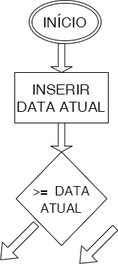
Earlier version of the draw.io export Untitled Diagram.drawio.png (johnararas/cadastropecas). Source tidied: cells renumbered, new cells last; positions are measured from the earlier drawing's top-left corner, leaving out a move shared by most shapes.
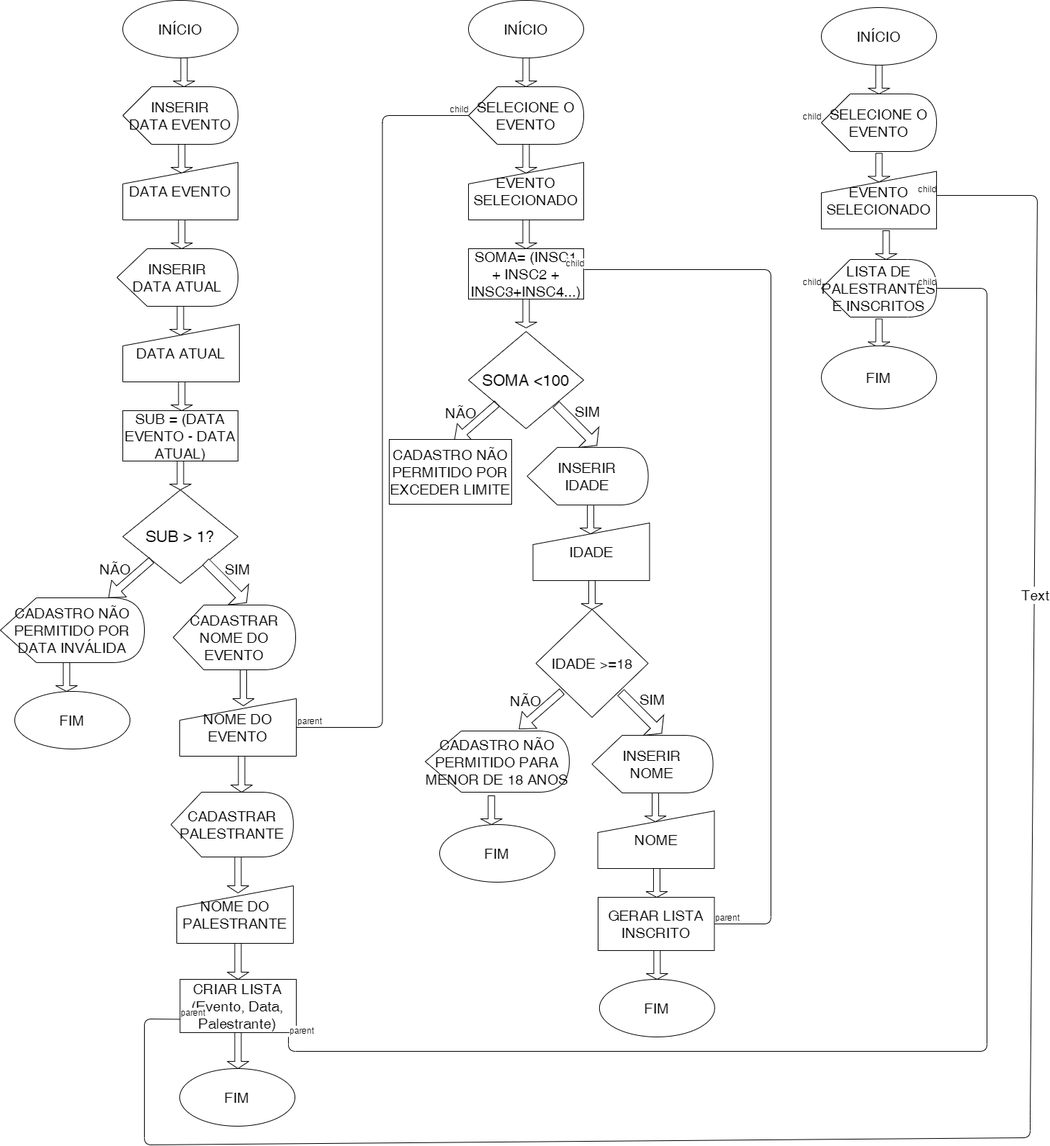
After the change.

Diff of the diagram source:
```diff
@@ -2,32 +2,301 @@
   <root>
     <mxCell id="0" />
     <mxCell id="1" parent="0" />
-    <mxCell id="2" style="endArrow=classic;html=1;fontSize=20;shadow=0;sketch=0;shape=flexArrow;" parent="1" edge="1">
-      <mxGeometry relative="1" as="geometry">
-        <mxPoint x="160" y="315" as="sourcePoint" />
-        <mxPoint x="110" y="365" as="targetPoint" />
-      </mxGeometry>
-    </mxCell>
     <mxCell id="3" style="shape=singleArrow;direction=south;whiteSpace=wrap;html=1;fontSize=20;" parent="1" vertex="1">
-      <mxGeometry x="70" y="60" width="30" height="40" as="geometry" />
+      <mxGeometry x="545" y="60" width="30" height="40" as="geometry" />
     </mxCell>
-    <mxCell id="4" value="INÍCIO" style="ellipse;shape=doubleEllipse;whiteSpace=wrap;html=1;fontSize=20;" parent="1" vertex="1">
-      <mxGeometry x="40" width="100" height="60" as="geometry" />
-    </mxCell>
-    <mxCell id="5" value="&lt;font style=&quot;font-size: 18px&quot;&gt;&amp;gt;=&amp;nbsp; DATA ATUAL&lt;/font&gt;" style="rhombus;whiteSpace=wrap;html=1;fontSize=20;" parent="1" vertex="1">
-      <mxGeometry x="21.9" y="210" width="126.2" height="130" as="geometry" />
+    <mxCell id="5" value="&lt;font style=&quot;font-size: 22px&quot;&gt;SUB &amp;gt; 1?&lt;/font&gt;" style="rhombus;whiteSpace=wrap;html=1;fontSize=20;" parent="1" vertex="1">
+      <mxGeometry y="660" width="160" height="130" as="geometry" />
     </mxCell>
-    <mxCell id="6" value="INSERIR&lt;br&gt;DATA ATUAL" style="rounded=0;whiteSpace=wrap;html=1;fontSize=20;" parent="1" vertex="1">
-      <mxGeometry x="20" y="100" width="130" height="70" as="geometry" />
+    <mxCell id="6" value="SUB = (DATA EVENTO - DATA ATUAL)" style="rounded=0;whiteSpace=wrap;html=1;fontSize=20;" parent="1" vertex="1">
+      <mxGeometry y="550" width="160" height="70" as="geometry" />
     </mxCell>
-    <mxCell id="7" style="shape=singleArrow;direction=south;whiteSpace=wrap;html=1;fontSize=20;" parent="1" vertex="1">
-      <mxGeometry x="70" y="170" width="30" height="40" as="geometry" />
-    </mxCell>
-    <mxCell id="8" style="shape=flexArrow;endArrow=classic;html=1;fontSize=20;" parent="1" edge="1">
-      <mxGeometry relative="1" as="geometry">
-        <mxPoint x="50" y="310" as="sourcePoint" />
-        <mxPoint y="360" as="targetPoint" />
-      </mxGeometry>
-    </mxCell>
+    <mxCell id="9" style="shape=singleArrow;direction=south;whiteSpace=wrap;html=1;fontSize=20;rotation=-45;" parent="1" vertex="1">
+      <mxGeometry x="123.6" y="748.5" width="40" height="80" as="geometry" />
+    </mxCell>
+    <mxCell id="10" value="NÃO" style="text;html=1;strokeColor=none;fillColor=none;align=center;verticalAlign=middle;whiteSpace=wrap;rounded=0;fontSize=20;" parent="1" vertex="1">
+      <mxGeometry x="-30" y="760" width="40" height="20" as="geometry" />
+    </mxCell>
+    <mxCell id="11" value="SIM" style="text;html=1;strokeColor=none;fillColor=none;align=center;verticalAlign=middle;whiteSpace=wrap;rounded=0;fontSize=20;" parent="1" vertex="1">
+      <mxGeometry x="140" y="760" width="40" height="20" as="geometry" />
+    </mxCell>
+    <mxCell id="12" style="shape=singleArrow;direction=south;whiteSpace=wrap;html=1;fontSize=20;" parent="1" vertex="1">
+      <mxGeometry x="-93.1" y="900" width="30" height="40" as="geometry" />
+    </mxCell>
+    <mxCell id="13" value="FIM" style="ellipse;whiteSpace=wrap;html=1;fontSize=20;" parent="1" vertex="1">
+      <mxGeometry x="-150" y="940" width="160" height="80" as="geometry" />
+    </mxCell>
+    <mxCell id="14" value="INÍCIO" style="ellipse;whiteSpace=wrap;html=1;fontSize=20;flipH=0;flipV=0;" parent="1" vertex="1">
+      <mxGeometry y="-20" width="160" height="80" as="geometry" />
+    </mxCell>
+    <mxCell id="15" style="shape=singleArrow;direction=south;whiteSpace=wrap;html=1;fontSize=20;" parent="1" vertex="1">
+      <mxGeometry x="152.5" y="910" width="30" height="50" as="geometry" />
+    </mxCell>
+    <mxCell id="16" value="&lt;span&gt;IDADE &amp;gt;=18&lt;/span&gt;" style="rhombus;whiteSpace=wrap;html=1;fontSize=20;" parent="1" vertex="1">
+      <mxGeometry x="573.7" y="826" width="155.9" height="150" as="geometry" />
+    </mxCell>
+    <mxCell id="17" value="FIM" style="ellipse;whiteSpace=wrap;html=1;fontSize=20;" parent="1" vertex="1">
+      <mxGeometry x="79.1" y="1464" width="160" height="80" as="geometry" />
+    </mxCell>
+    <mxCell id="18" value="INÍCIO" style="ellipse;whiteSpace=wrap;html=1;fontSize=20;" parent="1" vertex="1">
+      <mxGeometry x="480" y="-20" width="160" height="80" as="geometry" />
+    </mxCell>
+    <mxCell id="19" style="shape=singleArrow;direction=south;whiteSpace=wrap;html=1;fontSize=20;flipH=0;flipV=0;" parent="1" vertex="1">
+      <mxGeometry x="66.9" y="180" width="30" height="40" as="geometry" />
+    </mxCell>
+    <mxCell id="20" value="&lt;span&gt;INSERIR&lt;/span&gt;&lt;br&gt;&lt;span&gt;DATA EVENTO&lt;/span&gt;" style="shape=display;whiteSpace=wrap;html=1;fontSize=20;flipH=0;flipV=0;" parent="1" vertex="1">
+      <mxGeometry y="100" width="160" height="80" as="geometry" />
+    </mxCell>
+    <mxCell id="21" value="DATA EVENTO" style="shape=manualInput;whiteSpace=wrap;html=1;fontSize=20;flipH=0;flipV=0;" parent="1" vertex="1">
+      <mxGeometry y="205" width="160" height="80" as="geometry" />
+    </mxCell>
+    <mxCell id="22" value="&lt;span&gt;INSERIR&lt;/span&gt;&lt;br&gt;&lt;span&gt;DATA ATUAL&lt;/span&gt;" style="shape=display;whiteSpace=wrap;html=1;fontSize=20;flipH=0;flipV=0;" parent="1" vertex="1">
+      <mxGeometry x="-8.1" y="325" width="168.1" height="80" as="geometry" />
+    </mxCell>
+    <mxCell id="23" style="shape=singleArrow;direction=south;whiteSpace=wrap;html=1;fontSize=20;flipH=0;flipV=0;" parent="1" vertex="1">
+      <mxGeometry x="66.9" y="285" width="30" height="40" as="geometry" />
+    </mxCell>
+    <mxCell id="24" value="DATA ATUAL" style="shape=manualInput;whiteSpace=wrap;html=1;fontSize=20;flipH=0;flipV=0;" parent="1" vertex="1">
+      <mxGeometry y="430" width="161.9" height="80" as="geometry" />
+    </mxCell>
+    <mxCell id="25" style="shape=singleArrow;direction=south;whiteSpace=wrap;html=1;fontSize=20;flipH=0;flipV=0;" parent="1" vertex="1">
+      <mxGeometry x="65" y="405" width="30" height="40" as="geometry" />
+    </mxCell>
+    <mxCell id="26" style="shape=singleArrow;direction=south;whiteSpace=wrap;html=1;fontSize=20;flipH=0;flipV=0;" parent="1" vertex="1">
+      <mxGeometry x="65" y="620" width="30" height="40" as="geometry" />
+    </mxCell>
+    <mxCell id="27" style="shape=singleArrow;direction=south;whiteSpace=wrap;html=1;fontSize=20;flipH=0;flipV=0;" parent="1" vertex="1">
+      <mxGeometry x="70" y="60" width="30" height="40" as="geometry" />
+    </mxCell>
+    <mxCell id="28" style="shape=singleArrow;direction=south;whiteSpace=wrap;html=1;fontSize=20;flipH=0;flipV=0;" parent="1" vertex="1">
+      <mxGeometry x="66.9" y="510" width="30" height="40" as="geometry" />
+    </mxCell>
+    <mxCell id="29" style="shape=flexArrow;endArrow=classic;html=1;shadow=0;fontSize=20;fillColor=none;exitX=0;exitY=1;exitDx=0;exitDy=0;" parent="1" edge="1" source="5">
+      <mxGeometry relative="1" as="geometry">
+        <mxPoint x="-20" y="810" as="targetPoint" />
+      </mxGeometry>
+    </mxCell>
+    <mxCell id="30" value="&lt;span&gt;CADASTRAR NOME DO EVENTO&lt;/span&gt;" style="shape=display;whiteSpace=wrap;html=1;fontSize=20;" parent="1" vertex="1">
+      <mxGeometry x="70" y="820" width="170" height="90" as="geometry" />
+    </mxCell>
+    <mxCell id="31" value="NOME DO EVENTO" style="shape=manualInput;whiteSpace=wrap;html=1;fontSize=20;flipH=0;flipV=0;" parent="1" vertex="1">
+      <mxGeometry x="79.1" y="950" width="161.9" height="80" as="geometry" />
+    </mxCell>
+    <mxCell id="32" value="&lt;span&gt;CADASTRAR PALESTRANTE&lt;/span&gt;" style="shape=display;whiteSpace=wrap;html=1;fontSize=20;" parent="1" vertex="1">
+      <mxGeometry x="66.9" y="1080" width="170" height="90" as="geometry" />
+    </mxCell>
+    <mxCell id="33" style="shape=singleArrow;direction=south;whiteSpace=wrap;html=1;fontSize=20;" parent="1" vertex="1">
+      <mxGeometry x="150" y="1030" width="30" height="50" as="geometry" />
+    </mxCell>
+    <mxCell id="34" style="shape=singleArrow;direction=south;whiteSpace=wrap;html=1;fontSize=20;" parent="1" vertex="1">
+      <mxGeometry x="145" y="1170" width="30" height="50" as="geometry" />
+    </mxCell>
+    <mxCell id="35" value="NOME DO PALESTRANTE" style="shape=manualInput;whiteSpace=wrap;html=1;fontSize=20;flipH=0;flipV=0;" parent="1" vertex="1">
+      <mxGeometry x="75" y="1210" width="161.9" height="80" as="geometry" />
+    </mxCell>
+    <mxCell id="36" style="shape=singleArrow;direction=south;whiteSpace=wrap;html=1;fontSize=20;" parent="1" vertex="1">
+      <mxGeometry x="145" y="1290" width="30" height="50" as="geometry" />
+    </mxCell>
+    <mxCell id="37" value="SELECIONE O EVENTO" style="shape=display;whiteSpace=wrap;html=1;fontSize=20;flipH=0;flipV=0;" parent="1" vertex="1">
+      <mxGeometry x="480" y="100" width="160" height="80" as="geometry" />
+    </mxCell>
+    <mxCell id="38" style="shape=singleArrow;direction=south;whiteSpace=wrap;html=1;fontSize=20;" parent="1" vertex="1">
+      <mxGeometry x="545" y="180" width="30" height="40" as="geometry" />
+    </mxCell>
+    <mxCell id="39" value="EVENTO&lt;br&gt;SELECIONADO" style="shape=manualInput;whiteSpace=wrap;html=1;fontSize=20;flipH=0;flipV=0;" parent="1" vertex="1">
+      <mxGeometry x="480" y="205" width="160" height="80" as="geometry" />
+    </mxCell>
+    <mxCell id="40" style="shape=singleArrow;direction=south;whiteSpace=wrap;html=1;fontSize=20;" parent="1" vertex="1">
+      <mxGeometry x="545" y="285" width="30" height="40" as="geometry" />
+    </mxCell>
+    <mxCell id="41" value="SOMA= (INSC1 + INSC2 + INSC3+INSC4...)" style="rounded=0;whiteSpace=wrap;html=1;fontSize=20;" parent="1" vertex="1">
+      <mxGeometry x="480" y="325" width="160" height="70" as="geometry" />
+    </mxCell>
+    <mxCell id="42" value="&lt;font style=&quot;font-size: 22px&quot;&gt;SOMA &amp;lt;100&lt;/font&gt;" style="rhombus;whiteSpace=wrap;html=1;fontSize=20;" parent="1" vertex="1">
+      <mxGeometry x="480" y="440" width="160" height="135" as="geometry" />
+    </mxCell>
+    <mxCell id="43" style="shape=singleArrow;direction=south;whiteSpace=wrap;html=1;fontSize=20;" parent="1" vertex="1">
+      <mxGeometry x="545" y="395" width="30" height="40" as="geometry" />
+    </mxCell>
+    <mxCell id="44" value="NÃO" style="text;html=1;strokeColor=none;fillColor=none;align=center;verticalAlign=middle;whiteSpace=wrap;rounded=0;fontSize=20;" parent="1" vertex="1">
+      <mxGeometry x="450" y="542.5" width="40" height="20" as="geometry" />
+    </mxCell>
+    <mxCell id="45" style="shape=flexArrow;endArrow=classic;html=1;shadow=0;fontSize=20;fillColor=none;exitX=0;exitY=1;exitDx=0;exitDy=0;" parent="1" edge="1">
+      <mxGeometry relative="1" as="geometry">
+        <mxPoint x="520" y="540" as="sourcePoint" />
+        <mxPoint x="460" y="592.5" as="targetPoint" />
+      </mxGeometry>
+    </mxCell>
+    <mxCell id="46" value="CADASTRO NÃO PERMITIDO POR EXCEDER LIMITE" style="rounded=0;whiteSpace=wrap;html=1;fontSize=20;" parent="1" vertex="1">
+      <mxGeometry x="370" y="590" width="170" height="90" as="geometry" />
+    </mxCell>
+    <mxCell id="47" style="shape=singleArrow;direction=south;whiteSpace=wrap;html=1;fontSize=20;rotation=-45;" parent="1" vertex="1">
+      <mxGeometry x="610" y="530" width="40" height="80" as="geometry" />
+    </mxCell>
+    <mxCell id="48" value="SIM" style="text;html=1;strokeColor=none;fillColor=none;align=center;verticalAlign=middle;whiteSpace=wrap;rounded=0;fontSize=20;" parent="1" vertex="1">
+      <mxGeometry x="626.5" y="541.5" width="40" height="20" as="geometry" />
+    </mxCell>
+    <mxCell id="49" value="&lt;span&gt;INSERIR&lt;/span&gt;&lt;br&gt;&lt;span&gt;IDADE&lt;/span&gt;" style="shape=display;whiteSpace=wrap;html=1;fontSize=20;flipH=0;flipV=0;" parent="1" vertex="1">
+      <mxGeometry x="561.5" y="601" width="168.1" height="80" as="geometry" />
+    </mxCell>
+    <mxCell id="50" value="IDADE" style="shape=manualInput;whiteSpace=wrap;html=1;fontSize=20;flipH=0;flipV=0;" parent="1" vertex="1">
+      <mxGeometry x="569.6" y="706" width="161.9" height="80" as="geometry" />
+    </mxCell>
+    <mxCell id="51" style="shape=singleArrow;direction=south;whiteSpace=wrap;html=1;fontSize=20;flipH=0;flipV=0;" parent="1" vertex="1">
+      <mxGeometry x="634.6" y="681" width="30" height="40" as="geometry" />
+    </mxCell>
+    <mxCell id="52" style="shape=singleArrow;direction=south;whiteSpace=wrap;html=1;fontSize=20;flipH=0;flipV=0;" parent="1" vertex="1">
+      <mxGeometry x="636.4" y="786" width="30" height="40" as="geometry" />
+    </mxCell>
+    <mxCell id="53" value="NÃO" style="text;html=1;strokeColor=none;fillColor=none;align=center;verticalAlign=middle;whiteSpace=wrap;rounded=0;fontSize=20;" parent="1" vertex="1">
+      <mxGeometry x="540" y="942.5" width="40" height="20" as="geometry" />
+    </mxCell>
+    <mxCell id="54" style="shape=flexArrow;endArrow=classic;html=1;shadow=0;fontSize=20;fillColor=none;exitX=0;exitY=1;exitDx=0;exitDy=0;" parent="1" edge="1">
+      <mxGeometry relative="1" as="geometry">
+        <mxPoint x="610" y="940" as="sourcePoint" />
+        <mxPoint x="550" y="992.5" as="targetPoint" />
+      </mxGeometry>
+    </mxCell>
+    <mxCell id="55" style="shape=singleArrow;direction=south;whiteSpace=wrap;html=1;fontSize=20;rotation=-45;" parent="1" vertex="1">
+      <mxGeometry x="700" y="930" width="40" height="80" as="geometry" />
+    </mxCell>
+    <mxCell id="56" value="SIM" style="text;html=1;strokeColor=none;fillColor=none;align=center;verticalAlign=middle;whiteSpace=wrap;rounded=0;fontSize=20;" parent="1" vertex="1">
+      <mxGeometry x="716.5" y="941.5" width="40" height="20" as="geometry" />
+    </mxCell>
+    <mxCell id="57" value="&lt;span&gt;INSERIR&lt;/span&gt;&lt;br&gt;NOME" style="shape=display;whiteSpace=wrap;html=1;fontSize=20;flipH=0;flipV=0;" parent="1" vertex="1">
+      <mxGeometry x="651.5" y="1001" width="168.1" height="80" as="geometry" />
+    </mxCell>
+    <mxCell id="58" value="NOME" style="shape=manualInput;whiteSpace=wrap;html=1;fontSize=20;flipH=0;flipV=0;" parent="1" vertex="1">
+      <mxGeometry x="659.6" y="1106" width="161.9" height="80" as="geometry" />
+    </mxCell>
+    <mxCell id="59" style="shape=singleArrow;direction=south;whiteSpace=wrap;html=1;fontSize=20;flipH=0;flipV=0;" parent="1" vertex="1">
+      <mxGeometry x="724.6" y="1081" width="30" height="40" as="geometry" />
+    </mxCell>
+    <mxCell id="60" style="shape=singleArrow;direction=south;whiteSpace=wrap;html=1;fontSize=20;flipH=0;flipV=0;" parent="1" vertex="1">
+      <mxGeometry x="726.4" y="1186" width="30" height="40" as="geometry" />
+    </mxCell>
+    <mxCell id="61" style="endArrow=none;html=1;edgeStyle=orthogonalEdgeStyle;shadow=0;fontSize=20;fillColor=none;exitX=1;exitY=0.5;exitDx=0;exitDy=0;entryX=0;entryY=0.5;entryDx=0;entryDy=0;entryPerimeter=0;" parent="1" edge="1" source="31" target="37">
+      <mxGeometry relative="1" as="geometry" />
+    </mxCell>
+    <mxCell id="62" value="parent" style="edgeLabel;html=1;align=left;verticalAlign=bottom;" parent="61" vertex="1">
+      <mxGeometry x="-1" relative="1" as="geometry" />
+    </mxCell>
+    <mxCell id="63" value="child" style="edgeLabel;html=1;align=right;verticalAlign=bottom;" parent="61" vertex="1">
+      <mxGeometry x="1" relative="1" as="geometry" />
+    </mxCell>
+    <mxCell id="64" value="child" style="edgeLabel;html=1;align=right;verticalAlign=bottom;" parent="61" vertex="1">
+      <mxGeometry x="1" relative="1" as="geometry">
+        <mxPoint x="490" y="10" as="offset" />
+      </mxGeometry>
+    </mxCell>
+    <mxCell id="65" value="child" style="edgeLabel;html=1;align=right;verticalAlign=bottom;" parent="61" vertex="1">
+      <mxGeometry x="1" relative="1" as="geometry">
+        <mxPoint x="490" y="240" as="offset" />
+      </mxGeometry>
+    </mxCell>
+    <mxCell id="66" style="shape=singleArrow;direction=south;whiteSpace=wrap;html=1;fontSize=20;" parent="1" vertex="1">
+      <mxGeometry x="496.9" y="1085" width="30" height="40" as="geometry" />
+    </mxCell>
+    <mxCell id="67" value="FIM" style="ellipse;whiteSpace=wrap;html=1;fontSize=20;" parent="1" vertex="1">
+      <mxGeometry x="440" y="1125" width="160" height="80" as="geometry" />
+    </mxCell>
+    <mxCell id="68" value="&lt;span&gt;CADASTRO NÃO PERMITIDO PARA MENOR DE 18 ANOS&lt;/span&gt;" style="shape=display;whiteSpace=wrap;html=1;fontSize=20;" parent="1" vertex="1">
+      <mxGeometry x="420" y="995" width="200" height="85" as="geometry" />
+    </mxCell>
+    <mxCell id="69" value="CADASTRO NÃO PERMITIDO POR DATA INVÁLIDA" style="shape=display;whiteSpace=wrap;html=1;fontSize=20;" parent="1" vertex="1">
+      <mxGeometry x="-170" y="810" width="200" height="90" as="geometry" />
+    </mxCell>
+    <mxCell id="70" value="GERAR LISTA&lt;br&gt;INSCRITO" style="rounded=0;whiteSpace=wrap;html=1;fontSize=20;" parent="1" vertex="1">
+      <mxGeometry x="660" y="1226" width="161.4" height="74" as="geometry" />
+    </mxCell>
+    <mxCell id="71" style="shape=singleArrow;direction=south;whiteSpace=wrap;html=1;fontSize=20;" parent="1" vertex="1">
+      <mxGeometry x="726.9" y="1300" width="30" height="40" as="geometry" />
+    </mxCell>
+    <mxCell id="72" value="FIM" style="ellipse;whiteSpace=wrap;html=1;fontSize=20;" parent="1" vertex="1">
+      <mxGeometry x="661.9" y="1340" width="160" height="80" as="geometry" />
+    </mxCell>
+    <mxCell id="73" style="endArrow=none;html=1;edgeStyle=orthogonalEdgeStyle;shadow=0;fontSize=20;fillColor=none;entryX=1.006;entryY=0.414;entryDx=0;entryDy=0;entryPerimeter=0;exitX=1;exitY=0.5;exitDx=0;exitDy=0;" parent="1" edge="1" source="70" target="41">
+      <mxGeometry relative="1" as="geometry">
+        <Array as="points">
+          <mxPoint x="900" y="1263" />
+          <mxPoint x="900" y="354" />
+        </Array>
+      </mxGeometry>
+    </mxCell>
+    <mxCell id="74" value="parent" style="edgeLabel;html=1;align=left;verticalAlign=bottom;" parent="73" vertex="1">
+      <mxGeometry x="-1" relative="1" as="geometry" />
+    </mxCell>
+    <mxCell id="75" value="child" style="edgeLabel;html=1;align=right;verticalAlign=bottom;" parent="73" vertex="1">
+      <mxGeometry x="1" relative="1" as="geometry" />
+    </mxCell>
+    <mxCell id="76" value="INÍCIO" style="ellipse;whiteSpace=wrap;html=1;fontSize=20;" parent="1" vertex="1">
+      <mxGeometry x="970" y="-10" width="160" height="80" as="geometry" />
+    </mxCell>
+    <mxCell id="77" style="shape=singleArrow;direction=south;whiteSpace=wrap;html=1;fontSize=20;" parent="1" vertex="1">
+      <mxGeometry x="1035" y="70" width="30" height="40" as="geometry" />
+    </mxCell>
+    <mxCell id="78" value="SELECIONE O EVENTO" style="shape=display;whiteSpace=wrap;html=1;fontSize=20;flipH=0;flipV=0;" parent="1" vertex="1">
+      <mxGeometry x="970" y="110" width="160" height="80" as="geometry" />
+    </mxCell>
+    <mxCell id="79" style="shape=singleArrow;direction=south;whiteSpace=wrap;html=1;fontSize=20;" parent="1" vertex="1">
+      <mxGeometry x="1035" y="192.5" width="30" height="40" as="geometry" />
+    </mxCell>
+    <mxCell id="80" value="EVENTO&lt;br&gt;SELECIONADO" style="shape=manualInput;whiteSpace=wrap;html=1;fontSize=20;flipH=0;flipV=0;" parent="1" vertex="1">
+      <mxGeometry x="970" y="217.5" width="160" height="80" as="geometry" />
+    </mxCell>
+    <mxCell id="81" value="LISTA DE PALESTRANTES E INSCRITOS" style="shape=display;whiteSpace=wrap;html=1;fontSize=20;flipH=0;flipV=0;" parent="1" vertex="1">
+      <mxGeometry x="970.1" y="340" width="160" height="80" as="geometry" />
+    </mxCell>
+    <mxCell id="82" style="shape=singleArrow;direction=south;whiteSpace=wrap;html=1;fontSize=20;" parent="1" vertex="1">
+      <mxGeometry x="1035.1" y="422.5" width="30" height="40" as="geometry" />
+    </mxCell>
+    <mxCell id="83" style="shape=singleArrow;direction=south;whiteSpace=wrap;html=1;fontSize=20;" parent="1" vertex="1">
+      <mxGeometry x="1045" y="300" width="30" height="40" as="geometry" />
+    </mxCell>
+    <mxCell id="84" value="FIM" style="ellipse;whiteSpace=wrap;html=1;fontSize=20;" parent="1" vertex="1">
+      <mxGeometry x="970.1" y="460" width="159.9" height="87.5" as="geometry" />
+    </mxCell>
+    <mxCell id="85" value="CRIAR LISTA&lt;br&gt;(Evento, Data, Palestrante)" style="rounded=0;whiteSpace=wrap;html=1;fontSize=20;" parent="1" vertex="1">
+      <mxGeometry x="79.5" y="1340" width="161.4" height="74" as="geometry" />
+    </mxCell>
+    <mxCell id="86" style="shape=singleArrow;direction=south;whiteSpace=wrap;html=1;fontSize=20;" parent="1" vertex="1">
+      <mxGeometry x="145" y="1414" width="30" height="50" as="geometry" />
+    </mxCell>
+    <mxCell id="87" style="endArrow=none;html=1;edgeStyle=orthogonalEdgeStyle;shadow=0;fontSize=20;fillColor=none;entryX=1;entryY=0.5;entryDx=0;entryDy=0;entryPerimeter=0;" parent="1" edge="1" target="81">
+      <mxGeometry relative="1" as="geometry">
+        <mxPoint x="230" y="1420" as="sourcePoint" />
+        <Array as="points">
+          <mxPoint x="230" y="1440" />
+          <mxPoint x="1200" y="1440" />
+          <mxPoint x="1200" y="380" />
+        </Array>
+      </mxGeometry>
+    </mxCell>
+    <mxCell id="88" value="parent" style="edgeLabel;html=1;align=left;verticalAlign=bottom;" parent="87" vertex="1">
+      <mxGeometry x="-1" relative="1" as="geometry" />
+    </mxCell>
+    <mxCell id="89" value="child" style="edgeLabel;html=1;align=right;verticalAlign=bottom;" parent="87" vertex="1">
+      <mxGeometry x="1" relative="1" as="geometry" />
+    </mxCell>
+    <mxCell id="90" style="endArrow=none;html=1;shadow=0;fontSize=20;fillColor=none;entryX=1;entryY=0.419;entryDx=0;entryDy=0;entryPerimeter=0;exitX=0;exitY=0.75;exitDx=0;exitDy=0;" parent="1" edge="1" source="85" target="80">
+      <mxGeometry relative="1" as="geometry">
+        <Array as="points">
+          <mxPoint x="30" y="1395" />
+          <mxPoint x="30" y="1570" />
+          <mxPoint x="1260" y="1560" />
+          <mxPoint x="1260" y="1530" />
+          <mxPoint x="1270" y="251" />
+        </Array>
+      </mxGeometry>
+    </mxCell>
+    <mxCell id="91" value="parent" style="edgeLabel;html=1;align=left;verticalAlign=bottom;" parent="90" vertex="1">
+      <mxGeometry x="-1" relative="1" as="geometry" />
+    </mxCell>
+    <mxCell id="92" value="child" style="edgeLabel;html=1;align=right;verticalAlign=bottom;" parent="90" vertex="1">
+      <mxGeometry x="1" relative="1" as="geometry" />
+    </mxCell>
+    <mxCell id="93" value="Text" style="edgeLabel;html=1;align=center;verticalAlign=middle;fontSize=20;" parent="90" vertex="1">
+      <mxGeometry x="0.52" y="-1" relative="1" as="geometry" />
+    </mxCell>
   </root>
 </mxGraphModel>
```
